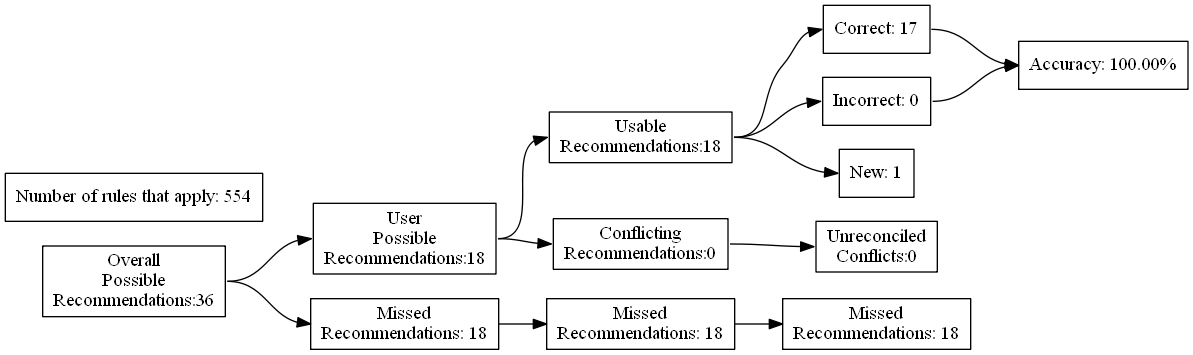
This is test_renders/66.gv.png from ZaxR/ibd_diet_analysis, a Graphviz export, as it was before one commit. Its source is kept beside it as test_renders/66.gv.
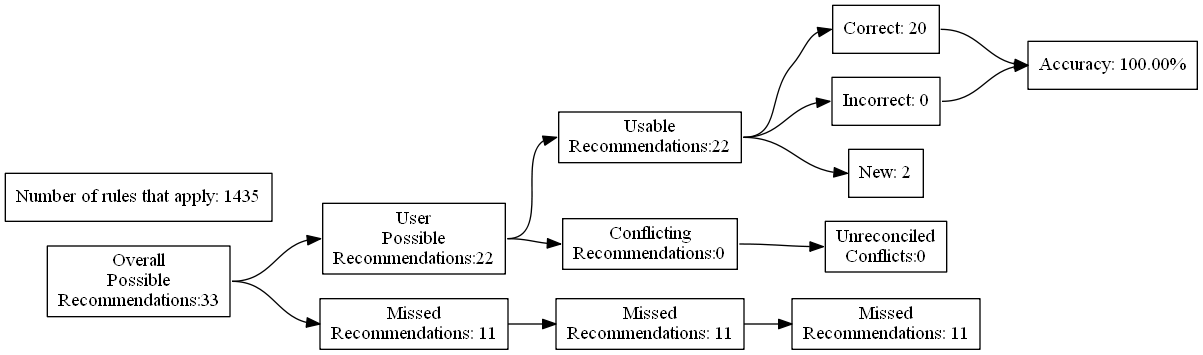
After the commit.

Diff of the diagram source:
```diff
@@ -4,27 +4,27 @@
 	edge [headport=w tailport=e]
 		A [label="Overall
 Possible
-Recommendations:36"]
+Recommendations:33"]
 		B [label="User
 Possible
-Recommendations:18"]
+Recommendations:22"]
 		C [label="Missed
-Recommendations: 18"]
+Recommendations: 11"]
 		D [label="Usable
-Recommendations:18"]
+Recommendations:22"]
 		E [label="Conflicting
 Recommendations:0"]
 		J [label="Missed
-Recommendations: 18"]
+Recommendations: 11"]
 		M [label="Unreconciled
 Conflicts:0"]
-		F [label="Correct: 17"]
+		F [label="Correct: 20"]
 		G [label="Incorrect: 0"]
-		H [label="New: 1"]
+		H [label="New: 2"]
 		K [label="Missed
-Recommendations: 18"]
+Recommendations: 11"]
 		I [label="Accuracy: 100.00%"]
-		l [label="Number of rules that apply: 554"]
+		l [label="Number of rules that apply: 1435"]
 			A -> B
 			A -> C
 			B -> D
```
